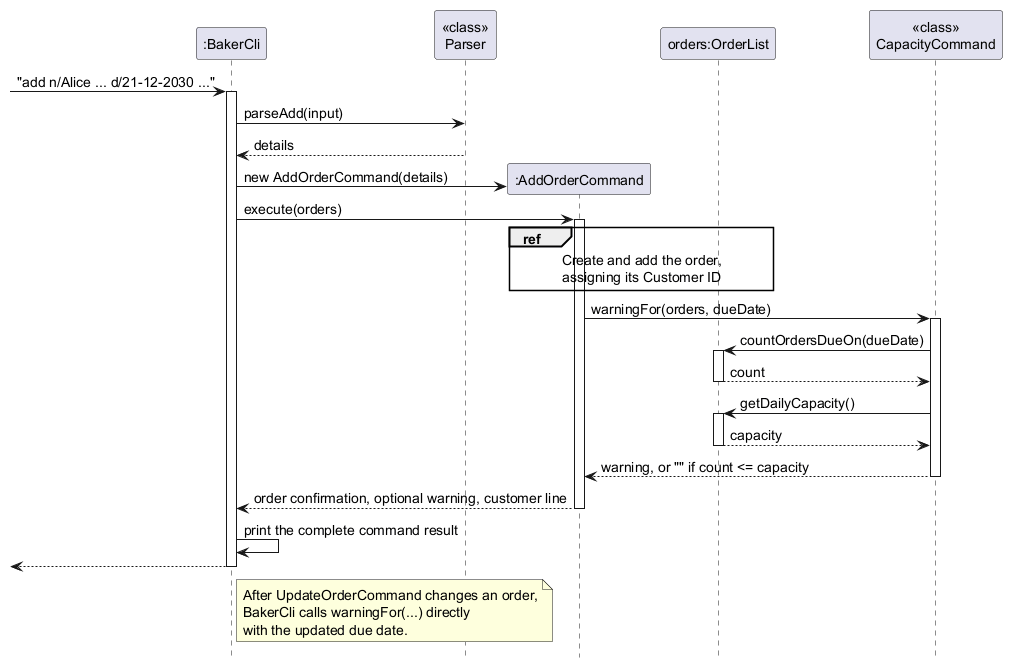
Above: docs/diagrams/CapacitySequence.png in AY2627S1-CS2113-W12-1/tp (PlantUML), before the change.
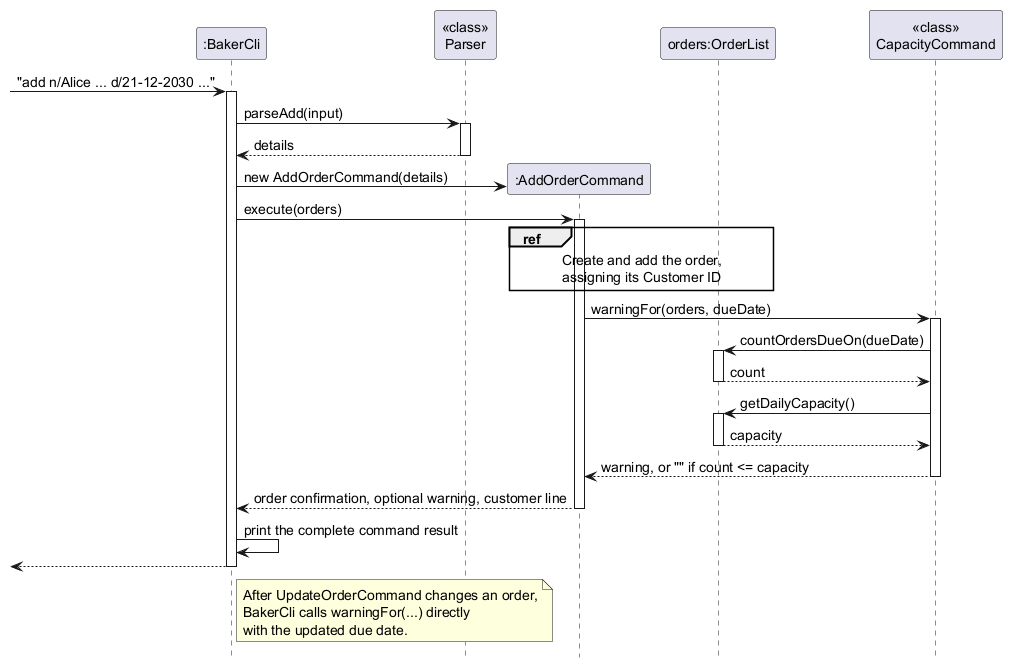
Later version of the same file.

The edit, as a diff of the source:
```diff
@@ -13,7 +13,9 @@
 [-> Cli : "add n/Alice ... d/21-12-2030 ..."
 activate Cli
 Cli -> Parser : parseAdd(input)
+activate Parser
 Parser --> Cli : details
+deactivate Parser
 create Add
 Cli -> Add : new AddOrderCommand(details)
 Cli -> Add : execute(orders)
```
